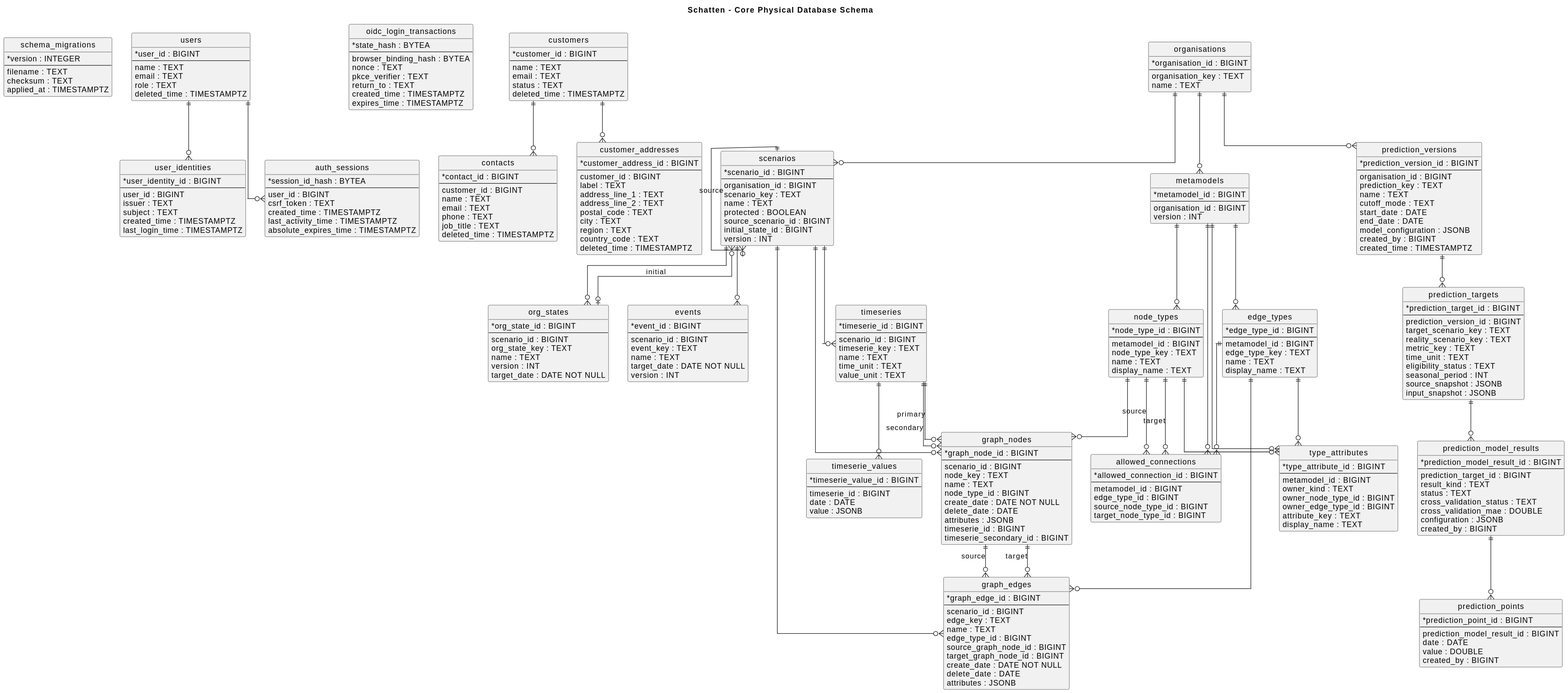
Above: docs/diagrams/generated/db-physical-schema.svg in lupaus-eu/shadow (PlantUML), before the change.
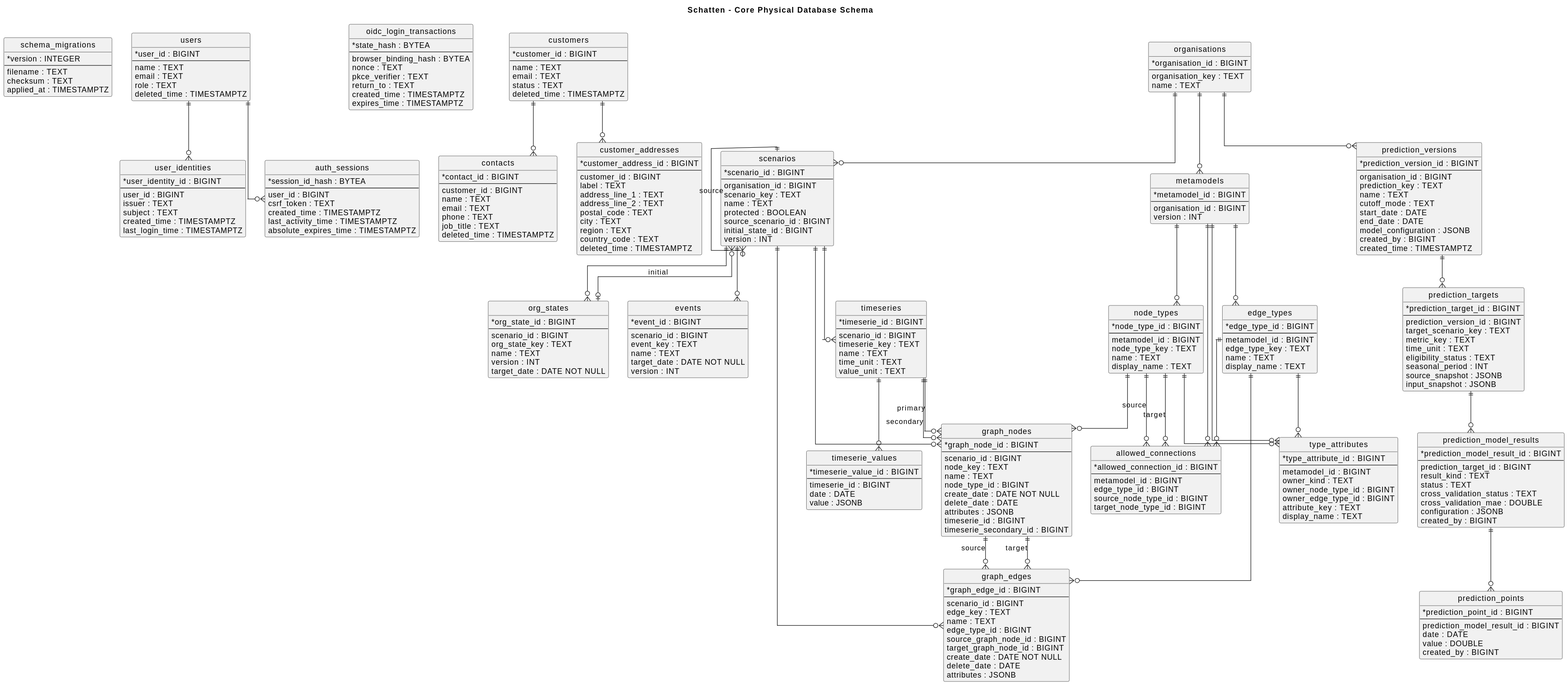
The same file after the commit.

What changed in the source:
```diff
@@ -236,7 +236,6 @@
   --
   prediction_version_id : BIGINT
   target_scenario_key : TEXT
-  reality_scenario_key : TEXT
   metric_key : TEXT
   time_unit : TEXT
   eligibility_status : TEXT
```
